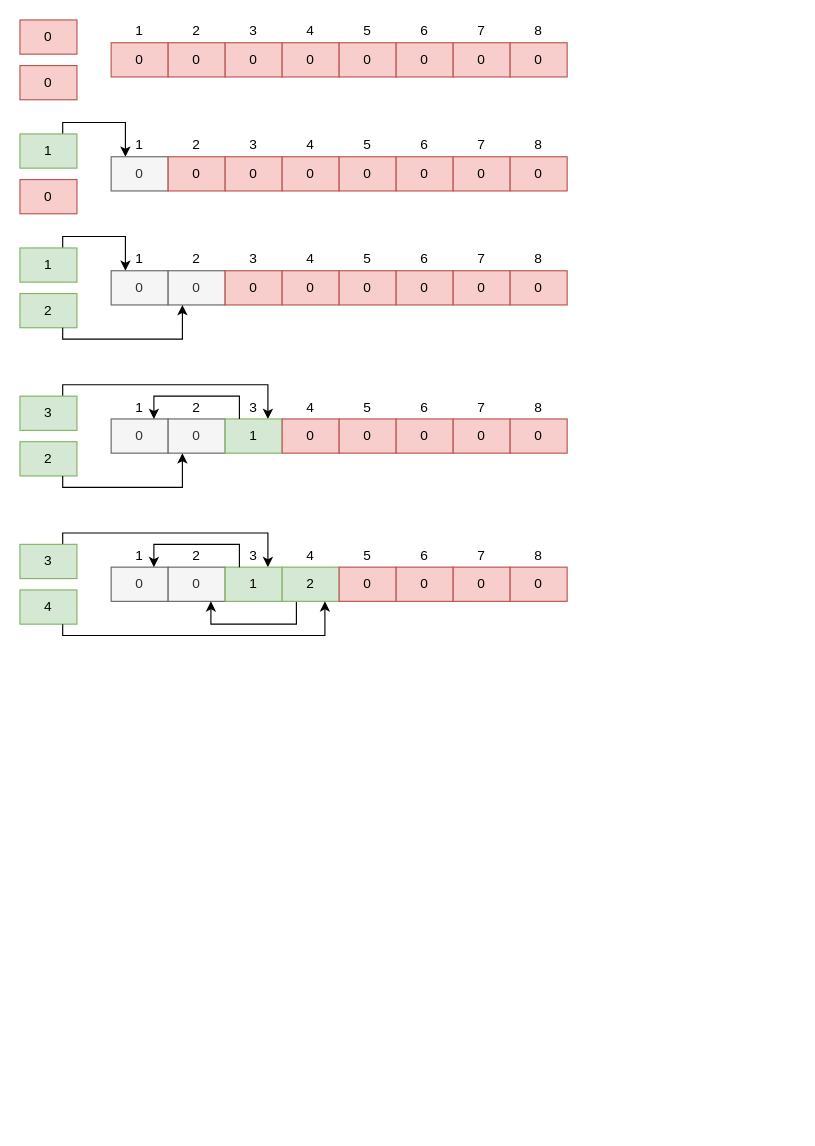
DanEngelbrecht/DanEngelbrecht.github.io keeps this draw.io diagram as page "Dual head queue" (3 of 3) of images/Index pool.drawio. Above is the earlier version. Source tidied: cells renumbered, new cells numbered last; positions are measured from the earlier drawing's top-left corner, leaving out a move shared by most shapes. Both pictures are drawn from the tidied source at 114%, with x=0, y=0 at pixel (19, 19).
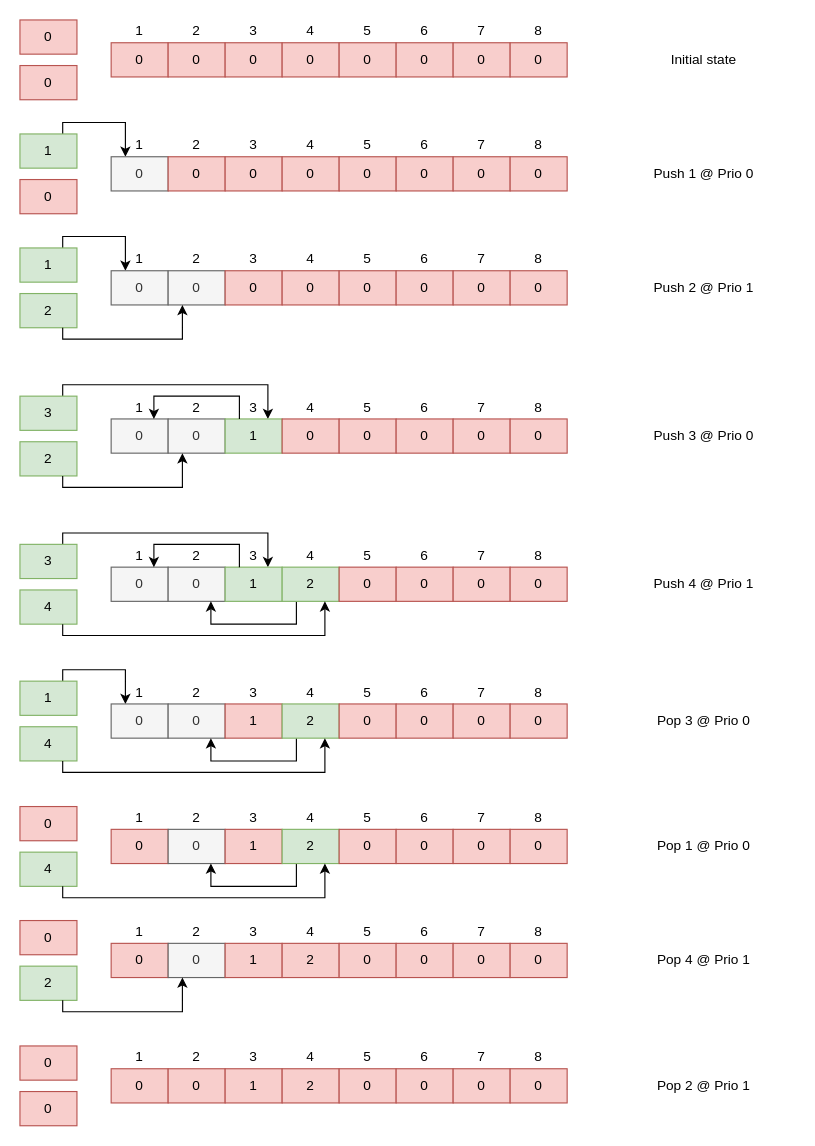
The same page after the edit.

Change to the diagram source:
```diff
@@
+    <mxCell id="102" value="Initial state" style="text;html=1;strokeColor=none;fillColor=none;align=center;verticalAlign=middle;whiteSpace=wrap;rounded=0;" parent="1" vertex="1">
+      <mxGeometry x="520" y="25" width="160" height="20" as="geometry" />
+    </mxCell>
+    <mxCell id="103" value="Push 1 @ Prio 0" style="text;html=1;strokeColor=none;fillColor=none;align=center;verticalAlign=middle;whiteSpace=wrap;rounded=0;" parent="1" vertex="1">
+      <mxGeometry x="520" y="125" width="160" height="20" as="geometry" />
+    </mxCell>
+    <mxCell id="104" value="Push 2 @ Prio 1" style="text;html=1;strokeColor=none;fillColor=none;align=center;verticalAlign=middle;whiteSpace=wrap;rounded=0;" parent="1" vertex="1">
+      <mxGeometry x="520" y="225" width="160" height="20" as="geometry" />
+    </mxCell>
+    <mxCell id="105" value="Push 3 @ Prio 0" style="text;html=1;strokeColor=none;fillColor=none;align=center;verticalAlign=middle;whiteSpace=wrap;rounded=0;" parent="1" vertex="1">
+      <mxGeometry x="520" y="355" width="160" height="20" as="geometry" />
+    </mxCell>
+    <mxCell id="106" value="Push 4 @ Prio 1" style="text;html=1;strokeColor=none;fillColor=none;align=center;verticalAlign=middle;whiteSpace=wrap;rounded=0;" parent="1" vertex="1">
+      <mxGeometry x="520" y="485" width="160" height="20" as="geometry" />
+    </mxCell>
+    <mxCell id="107" style="edgeStyle=orthogonalEdgeStyle;rounded=0;jettySize=auto;html=1;exitX=0.75;exitY=0;exitDx=0;exitDy=0;entryX=0.25;entryY=1;entryDx=0;entryDy=0;" parent="1" edge="1" source="108" target="118">
+      <mxGeometry relative="1" as="geometry">
+        <Array as="points">
+          <mxPoint x="38" y="570" />
+          <mxPoint x="92" y="570" />
+        </Array>
+      </mxGeometry>
+    </mxCell>
+    <mxCell id="108" value="1" style="rounded=0;whiteSpace=wrap;html=1;fillColor=#d5e8d4;strokeColor=#82b366;" parent="1" vertex="1">
+      <mxGeometry y="580" width="50" height="30" as="geometry" />
+    </mxCell>
+    <mxCell id="109" value="0" style="rounded=0;whiteSpace=wrap;html=1;fillColor=#f5f5f5;strokeColor=#666666;fontColor=#333333;" parent="1" vertex="1">
+      <mxGeometry x="80" y="600" width="50" height="30" as="geometry" />
+    </mxCell>
+    <mxCell id="110" value="0" style="rounded=0;whiteSpace=wrap;html=1;fillColor=#f5f5f5;strokeColor=#666666;fontColor=#333333;" parent="1" vertex="1">
+      <mxGeometry x="130" y="600" width="50" height="30" as="geometry" />
+    </mxCell>
+    <mxCell id="111" value="1" style="rounded=0;whiteSpace=wrap;html=1;fillColor=#f8cecc;strokeColor=#b85450;" parent="1" vertex="1">
+      <mxGeometry x="180" y="600" width="50" height="30" as="geometry" />
+    </mxCell>
+    <mxCell id="112" style="edgeStyle=orthogonalEdgeStyle;rounded=0;jettySize=auto;html=1;exitX=0.25;exitY=1;exitDx=0;exitDy=0;entryX=0.75;entryY=1;entryDx=0;entryDy=0;" parent="1" edge="1" source="113" target="110">
+      <mxGeometry relative="1" as="geometry" />
+    </mxCell>
+    <mxCell id="113" value="2" style="rounded=0;whiteSpace=wrap;html=1;fillColor=#d5e8d4;strokeColor=#82b366;" parent="1" vertex="1">
+      <mxGeometry x="230" y="600" width="50" height="30" as="geometry" />
+    </mxCell>
+    <mxCell id="114" value="0" style="rounded=0;whiteSpace=wrap;html=1;fillColor=#f8cecc;strokeColor=#b85450;" parent="1" vertex="1">
+      <mxGeometry x="280" y="600" width="50" height="30" as="geometry" />
+    </mxCell>
+    <mxCell id="115" value="0" style="rounded=0;whiteSpace=wrap;html=1;fillColor=#f8cecc;strokeColor=#b85450;" parent="1" vertex="1">
+      <mxGeometry x="330" y="600" width="50" height="30" as="geometry" />
+    </mxCell>
+    <mxCell id="116" value="0" style="rounded=0;whiteSpace=wrap;html=1;fillColor=#f8cecc;strokeColor=#b85450;" parent="1" vertex="1">
+      <mxGeometry x="380" y="600" width="50" height="30" as="geometry" />
+    </mxCell>
+    <mxCell id="117" value="0" style="rounded=0;whiteSpace=wrap;html=1;fillColor=#f8cecc;strokeColor=#b85450;" parent="1" vertex="1">
+      <mxGeometry x="430" y="600" width="50" height="30" as="geometry" />
+    </mxCell>
+    <mxCell id="118" value="1" style="text;html=1;strokeColor=none;fillColor=none;align=center;verticalAlign=middle;whiteSpace=wrap;rounded=0;" parent="1" vertex="1">
+      <mxGeometry x="80" y="580" width="50" height="20" as="geometry" />
+    </mxCell>
+    <mxCell id="119" value="2" style="text;html=1;strokeColor=none;fillColor=none;align=center;verticalAlign=middle;whiteSpace=wrap;rounded=0;" parent="1" vertex="1">
+      <mxGeometry x="130" y="580" width="50" height="20" as="geometry" />
+    </mxCell>
+    <mxCell id="120" value="3" style="text;html=1;strokeColor=none;fillColor=none;align=center;verticalAlign=middle;whiteSpace=wrap;rounded=0;" parent="1" vertex="1">
+      <mxGeometry x="180" y="580" width="50" height="20" as="geometry" />
+    </mxCell>
+    <mxCell id="121" value="4" style="text;html=1;strokeColor=none;fillColor=none;align=center;verticalAlign=middle;whiteSpace=wrap;rounded=0;" parent="1" vertex="1">
+      <mxGeometry x="230" y="580" width="50" height="20" as="geometry" />
+    </mxCell>
+    <mxCell id="122" value="5" style="text;html=1;strokeColor=none;fillColor=none;align=center;verticalAlign=middle;whiteSpace=wrap;rounded=0;" parent="1" vertex="1">
+      <mxGeometry x="280" y="580" width="50" height="20" as="geometry" />
+    </mxCell>
+    <mxCell id="123" value="6" style="text;html=1;strokeColor=none;fillColor=none;align=center;verticalAlign=middle;whiteSpace=wrap;rounded=0;" parent="1" vertex="1">
+      <mxGeometry x="330" y="580" width="50" height="20" as="geometry" />
+    </mxCell>
+    <mxCell id="124" value="7" style="text;html=1;strokeColor=none;fillColor=none;align=center;verticalAlign=middle;whiteSpace=wrap;rounded=0;" parent="1" vertex="1">
+      <mxGeometry x="380" y="580" width="50" height="20" as="geometry" />
+    </mxCell>
+    <mxCell id="125" value="8" style="text;html=1;strokeColor=none;fillColor=none;align=center;verticalAlign=middle;whiteSpace=wrap;rounded=0;" parent="1" vertex="1">
+      <mxGeometry x="430" y="580" width="50" height="20" as="geometry" />
+    </mxCell>
+    <mxCell id="126" value="4" style="rounded=0;whiteSpace=wrap;html=1;fillColor=#d5e8d4;strokeColor=#82b366;" parent="1" vertex="1">
+      <mxGeometry y="620" width="50" height="30" as="geometry" />
+    </mxCell>
+    <mxCell id="127" style="edgeStyle=orthogonalEdgeStyle;rounded=0;jettySize=auto;html=1;exitX=0.75;exitY=1;exitDx=0;exitDy=0;entryX=0.75;entryY=1;entryDx=0;entryDy=0;" parent="1" edge="1" source="126" target="113">
+      <mxGeometry relative="1" as="geometry">
+        <Array as="points">
+          <mxPoint x="38" y="660" />
+          <mxPoint x="268" y="660" />
+        </Array>
+      </mxGeometry>
+    </mxCell>
+    <mxCell id="128" value="Pop 3 @ Prio 0" style="text;html=1;strokeColor=none;fillColor=none;align=center;verticalAlign=middle;whiteSpace=wrap;rounded=0;" parent="1" vertex="1">
+      <mxGeometry x="520" y="605" width="160" height="20" as="geometry" />
+    </mxCell>
+    <mxCell id="129" value="0" style="rounded=0;whiteSpace=wrap;html=1;fillColor=#f8cecc;strokeColor=#b85450;" parent="1" vertex="1">
+      <mxGeometry y="690" width="50" height="30" as="geometry" />
+    </mxCell>
+    <mxCell id="130" value="0" style="rounded=0;whiteSpace=wrap;html=1;fillColor=#f8cecc;strokeColor=#b85450;" parent="1" vertex="1">
+      <mxGeometry x="80" y="710" width="50" height="30" as="geometry" />
+    </mxCell>
+    <mxCell id="131" value="0" style="rounded=0;whiteSpace=wrap;html=1;fillColor=#f5f5f5;strokeColor=#666666;fontColor=#333333;" parent="1" vertex="1">
+      <mxGeometry x="130" y="710" width="50" height="30" as="geometry" />
+    </mxCell>
+    <mxCell id="132" value="1" style="rounded=0;whiteSpace=wrap;html=1;fillColor=#f8cecc;strokeColor=#b85450;" parent="1" vertex="1">
+      <mxGeometry x="180" y="710" width="50" height="30" as="geometry" />
+    </mxCell>
+    <mxCell id="133" style="edgeStyle=orthogonalEdgeStyle;rounded=0;jettySize=auto;html=1;exitX=0.25;exitY=1;exitDx=0;exitDy=0;entryX=0.75;entryY=1;entryDx=0;entryDy=0;" parent="1" edge="1" source="134" target="131">
+      <mxGeometry relative="1" as="geometry" />
+    </mxCell>
+    <mxCell id="134" value="2" style="rounded=0;whiteSpace=wrap;html=1;fillColor=#d5e8d4;strokeColor=#82b366;" parent="1" vertex="1">
+      <mxGeometry x="230" y="710" width="50" height="30" as="geometry" />
+    </mxCell>
+    <mxCell id="135" value="0" style="rounded=0;whiteSpace=wrap;html=1;fillColor=#f8cecc;strokeColor=#b85450;" parent="1" vertex="1">
+      <mxGeometry x="280" y="710" width="50" height="30" as="geometry" />
+    </mxCell>
+    <mxCell id="136" value="0" style="rounded=0;whiteSpace=wrap;html=1;fillColor=#f8cecc;strokeColor=#b85450;" parent="1" vertex="1">
+      <mxGeometry x="330" y="710" width="50" height="30" as="geometry" />
+    </mxCell>
+    <mxCell id="137" value="0" style="rounded=0;whiteSpace=wrap;html=1;fillColor=#f8cecc;strokeColor=#b85450;" parent="1" vertex="1">
+      <mxGeometry x="380" y="710" width="50" height="30" as="geometry" />
+    </mxCell>
+    <mxCell id="138" value="0" style="rounded=0;whiteSpace=wrap;html=1;fillColor=#f8cecc;strokeColor=#b85450;" parent="1" vertex="1">
+      <mxGeometry x="430" y="710" width="50" height="30" as="geometry" />
+    </mxCell>
+    <mxCell id="139" value="1" style="text;html=1;strokeColor=none;fillColor=none;align=center;verticalAlign=middle;whiteSpace=wrap;rounded=0;" parent="1" vertex="1">
+      <mxGeometry x="80" y="690" width="50" height="20" as="geometry" />
+    </mxCell>
+    <mxCell id="140" value="2" style="text;html=1;strokeColor=none;fillColor=none;align=center;verticalAlign=middle;whiteSpace=wrap;rounded=0;" parent="1" vertex="1">
+      <mxGeometry x="130" y="690" width="50" height="20" as="geometry" />
+    </mxCell>
+    <mxCell id="141" value="3" style="text;html=1;strokeColor=none;fillColor=none;align=center;verticalAlign=middle;whiteSpace=wrap;rounded=0;" parent="1" vertex="1">
+      <mxGeometry x="180" y="690" width="50" height="20" as="geometry" />
+    </mxCell>
+    <mxCell id="142" value="4" style="text;html=1;strokeColor=none;fillColor=none;align=center;verticalAlign=middle;whiteSpace=wrap;rounded=0;" parent="1" vertex="1">
+      <mxGeometry x="230" y="690" width="50" height="20" as="geometry" />
+    </mxCell>
+    <mxCell id="143" value="5" style="text;html=1;strokeColor=none;fillColor=none;align=center;verticalAlign=middle;whiteSpace=wrap;rounded=0;" parent="1" vertex="1">
+      <mxGeometry x="280" y="690" width="50" height="20" as="geometry" />
+    </mxCell>
+    <mxCell id="144" value="6" style="text;html=1;strokeColor=none;fillColor=none;align=center;verticalAlign=middle;whiteSpace=wrap;rounded=0;" parent="1" vertex="1">
+      <mxGeometry x="330" y="690" width="50" height="20" as="geometry" />
+    </mxCell>
+    <mxCell id="145" value="7" style="text;html=1;strokeColor=none;fillColor=none;align=center;verticalAlign=middle;whiteSpace=wrap;rounded=0;" parent="1" vertex="1">
+      <mxGeometry x="380" y="690" width="50" height="20" as="geometry" />
+    </mxCell>
+    <mxCell id="146" value="8" style="text;html=1;strokeColor=none;fillColor=none;align=center;verticalAlign=middle;whiteSpace=wrap;rounded=0;" parent="1" vertex="1">
+      <mxGeometry x="430" y="690" width="50" height="20" as="geometry" />
+    </mxCell>
+    <mxCell id="147" value="4" style="rounded=0;whiteSpace=wrap;html=1;fillColor=#d5e8d4;strokeColor=#82b366;" parent="1" vertex="1">
+      <mxGeometry y="730" width="50" height="30" as="geometry" />
+    </mxCell>
+    <mxCell id="148" style="edgeStyle=orthogonalEdgeStyle;rounded=0;jettySize=auto;html=1;exitX=0.75;exitY=1;exitDx=0;exitDy=0;entryX=0.75;entryY=1;entryDx=0;entryDy=0;" parent="1" edge="1" source="147" target="134">
+      <mxGeometry relative="1" as="geometry">
+        <Array as="points">
+          <mxPoint x="38" y="770" />
+          <mxPoint x="268" y="770" />
+        </Array>
+      </mxGeometry>
+    </mxCell>
+    <mxCell id="149" value="Pop 1 @ Prio 0" style="text;html=1;strokeColor=none;fillColor=none;align=center;verticalAlign=middle;whiteSpace=wrap;rounded=0;" parent="1" vertex="1">
+      <mxGeometry x="520" y="715" width="160" height="20" as="geometry" />
+    </mxCell>
+    <mxCell id="150" value="0" style="rounded=0;whiteSpace=wrap;html=1;fillColor=#f8cecc;strokeColor=#b85450;" parent="1" vertex="1">
+      <mxGeometry y="790" width="50" height="30" as="geometry" />
+    </mxCell>
+    <mxCell id="151" value="0" style="rounded=0;whiteSpace=wrap;html=1;fillColor=#f8cecc;strokeColor=#b85450;" parent="1" vertex="1">
+      <mxGeometry x="80" y="810" width="50" height="30" as="geometry" />
+    </mxCell>
+    <mxCell id="152" value="0" style="rounded=0;whiteSpace=wrap;html=1;fillColor=#f5f5f5;strokeColor=#666666;fontColor=#333333;" parent="1" vertex="1">
+      <mxGeometry x="130" y="810" width="50" height="30" as="geometry" />
+    </mxCell>
+    <mxCell id="153" value="1" style="rounded=0;whiteSpace=wrap;html=1;fillColor=#f8cecc;strokeColor=#b85450;" parent="1" vertex="1">
+      <mxGeometry x="180" y="810" width="50" height="30" as="geometry" />
+    </mxCell>
+    <mxCell id="154" value="2" style="rounded=0;whiteSpace=wrap;html=1;fillColor=#f8cecc;strokeColor=#b85450;" parent="1" vertex="1">
+      <mxGeometry x="230" y="810" width="50" height="30" as="geometry" />
+    </mxCell>
+    <mxCell id="155" value="0" style="rounded=0;whiteSpace=wrap;html=1;fillColor=#f8cecc;strokeColor=#b85450;" parent="1" vertex="1">
+      <mxGeometry x="280" y="810" width="50" height="30" as="geometry" />
+    </mxCell>
+    <mxCell id="156" value="0" style="rounded=0;whiteSpace=wrap;html=1;fillColor=#f8cecc;strokeColor=#b85450;" parent="1" vertex="1">
+      <mxGeometry x="330" y="810" width="50" height="30" as="geometry" />
+    </mxCell>
+    <mxCell id="157" value="0" style="rounded=0;whiteSpace=wrap;html=1;fillColor=#f8cecc;strokeColor=#b85450;" parent="1" vertex="1">
+      <mxGeometry x="380" y="810" width="50" height="30" as="geometry" />
+    </mxCell>
+    <mxCell id="158" value="0" style="rounded=0;whiteSpace=wrap;html=1;fillColor=#f8cecc;strokeColor=#b85450;" parent="1" vertex="1">
+      <mxGeometry x="430" y="810" width="50" height="30" as="geometry" />
+    </mxCell>
+    <mxCell id="159" value="1" style="text;html=1;strokeColor=none;fillColor=none;align=center;verticalAlign=middle;whiteSpace=wrap;rounded=0;" parent="1" vertex="1">
+      <mxGeometry x="80" y="790" width="50" height="20" as="geometry" />
+    </mxCell>
+    <mxCell id="160" value="2" style="text;html=1;strokeColor=none;fillColor=none;align=center;verticalAlign=middle;whiteSpace=wrap;rounded=0;" parent="1" vertex="1">
+      <mxGeometry x="130" y="790" width="50" height="20" as="geometry" />
+    </mxCell>
+    <mxCell id="161" value="3" style="text;html=1;strokeColor=none;fillColor=none;align=center;verticalAlign=middle;whiteSpace=wrap;rounded=0;" parent="1" vertex="1">
+      <mxGeometry x="180" y="790" width="50" height="20" as="geometry" />
+    </mxCell>
+    <mxCell id="162" value="4" style="text;html=1;strokeColor=none;fillColor=none;align=center;verticalAlign=middle;whiteSpace=wrap;rounded=0;" parent="1" vertex="1">
+      <mxGeometry x="230" y="790" width="50" height="20" as="geometry" />
+    </mxCell>
+    <mxCell id="163" value="5" style="text;html=1;strokeColor=none;fillColor=none;align=center;verticalAlign=middle;whiteSpace=wrap;rounded=0;" parent="1" vertex="1">
+      <mxGeometry x="280" y="790" width="50" height="20" as="geometry" />
+    </mxCell>
+    <mxCell id="164" value="6" style="text;html=1;strokeColor=none;fillColor=none;align=center;verticalAlign=middle;whiteSpace=wrap;rounded=0;" parent="1" vertex="1">
+      <mxGeometry x="330" y="790" width="50" height="20" as="geometry" />
+    </mxCell>
+    <mxCell id="165" value="7" style="text;html=1;strokeColor=none;fillColor=none;align=center;verticalAlign=middle;whiteSpace=wrap;rounded=0;" parent="1" vertex="1">
+      <mxGeometry x="380" y="790" width="50" height="20" as="geometry" />
+    </mxCell>
+    <mxCell id="166" value="8" style="text;html=1;strokeColor=none;fillColor=none;align=center;verticalAlign=middle;whiteSpace=wrap;rounded=0;" parent="1" vertex="1">
+      <mxGeometry x="430" y="790" width="50" height="20" as="geometry" />
+    </mxCell>
+    <mxCell id="167" value="2" style="rounded=0;whiteSpace=wrap;html=1;fillColor=#d5e8d4;strokeColor=#82b366;" parent="1" vertex="1">
+      <mxGeometry y="830" width="50" height="30" as="geometry" />
+    </mxCell>
+    <mxCell id="168" style="edgeStyle=orthogonalEdgeStyle;rounded=0;jettySize=auto;html=1;exitX=0.75;exitY=1;exitDx=0;exitDy=0;entryX=0.25;entryY=1;entryDx=0;entryDy=0;" parent="1" edge="1" source="167" target="152">
+      <mxGeometry relative="1" as="geometry">
+        <Array as="points">
+          <mxPoint x="38" y="870" />
+          <mxPoint x="142" y="870" />
+        </Array>
+      </mxGeometry>
+    </mxCell>
+    <mxCell id="169" value="Pop 4 @ Prio 1" style="text;html=1;strokeColor=none;fillColor=none;align=center;verticalAlign=middle;whiteSpace=wrap;rounded=0;" parent="1" vertex="1">
+      <mxGeometry x="520" y="815" width="160" height="20" as="geometry" />
+    </mxCell>
+    <mxCell id="170" value="0" style="rounded=0;whiteSpace=wrap;html=1;fillColor=#f8cecc;strokeColor=#b85450;" parent="1" vertex="1">
+      <mxGeometry y="900" width="50" height="30" as="geometry" />
+    </mxCell>
+    <mxCell id="171" value="0" style="rounded=0;whiteSpace=wrap;html=1;fillColor=#f8cecc;strokeColor=#b85450;" parent="1" vertex="1">
+      <mxGeometry x="80" y="920" width="50" height="30" as="geometry" />
+    </mxCell>
+    <mxCell id="172" value="0" style="rounded=0;whiteSpace=wrap;html=1;fillColor=#f8cecc;strokeColor=#b85450;" parent="1" vertex="1">
+      <mxGeometry x="130" y="920" width="50" height="30" as="geometry" />
+    </mxCell>
+    <mxCell id="173" value="1" style="rounded=0;whiteSpace=wrap;html=1;fillColor=#f8cecc;strokeColor=#b85450;" parent="1" vertex="1">
+      <mxGeometry x="180" y="920" width="50" height="30" as="geometry" />
+    </mxCell>
+    <mxCell id="174" value="2" style="rounded=0;whiteSpace=wrap;html=1;fillColor=#f8cecc;strokeColor=#b85450;" parent="1" vertex="1">
+      <mxGeometry x="230" y="920" width="50" height="30" as="geometry" />
+    </mxCell>
+    <mxCell id="175" value="0" style="rounded=0;whiteSpace=wrap;html=1;fillColor=#f8cecc;strokeColor=#b85450;" parent="1" vertex="1">
+      <mxGeometry x="280" y="920" width="50" height="30" as="geometry" />
+    </mxCell>
+    <mxCell id="176" value="0" style="rounded=0;whiteSpace=wrap;html=1;fillColor=#f8cecc;strokeColor=#b85450;" parent="1" vertex="1">
+      <mxGeometry x="330" y="920" width="50" height="30" as="geometry" />
+    </mxCell>
+    <mxCell id="177" value="0" style="rounded=0;whiteSpace=wrap;html=1;fillColor=#f8cecc;strokeColor=#b85450;" parent="1" vertex="1">
+      <mxGeometry x="380" y="920" width="50" height="30" as="geometry" />
+    </mxCell>
+    <mxCell id="178" value="0" style="rounded=0;whiteSpace=wrap;html=1;fillColor=#f8cecc;strokeColor=#b85450;" parent="1" vertex="1">
+      <mxGeometry x="430" y="920" width="50" height="30" as="geometry" />
+    </mxCell>
+    <mxCell id="179" value="1" style="text;html=1;strokeColor=none;fillColor=none;align=center;verticalAlign=middle;whiteSpace=wrap;rounded=0;" parent="1" vertex="1">
+      <mxGeometry x="80" y="900" width="50" height="20" as="geometry" />
+    </mxCell>
+    <mxCell id="180" value="2" style="text;html=1;strokeColor=none;fillColor=none;align=center;verticalAlign=middle;whiteSpace=wrap;rounded=0;" parent="1" vertex="1">
+      <mxGeometry x="130" y="900" width="50" height="20" as="geometry" />
+    </mxCell>
+    <mxCell id="181" value="3" style="text;html=1;strokeColor=none;fillColor=none;align=center;verticalAlign=middle;whiteSpace=wrap;rounded=0;" parent="1" vertex="1">
+      <mxGeometry x="180" y="900" width="50" height="20" as="geometry" />
+    </mxCell>
+    <mxCell id="182" value="4" style="text;html=1;strokeColor=none;fillColor=none;align=center;verticalAlign=middle;whiteSpace=wrap;rounded=0;" parent="1" vertex="1">
+      <mxGeometry x="230" y="900" width="50" height="20" as="geometry" />
+    </mxCell>
+    <mxCell id="183" value="5" style="text;html=1;strokeColor=none;fillColor=none;align=center;verticalAlign=middle;whiteSpace=wrap;rounded=0;" parent="1" vertex="1">
+      <mxGeometry x="280" y="900" width="50" height="20" as="geometry" />
+    </mxCell>
+    <mxCell id="184" value="6" style="text;html=1;strokeColor=none;fillColor=none;align=center;verticalAlign=middle;whiteSpace=wrap;rounded=0;" parent="1" vertex="1">
+      <mxGeometry x="330" y="900" width="50" height="20" as="geometry" />
+    </mxCell>
+    <mxCell id="185" value="7" style="text;html=1;strokeColor=none;fillColor=none;align=center;verticalAlign=middle;whiteSpace=wrap;rounded=0;" parent="1" vertex="1">
+      <mxGeometry x="380" y="900" width="50" height="20" as="geometry" />
+    </mxCell>
+    <mxCell id="186" value="8" style="text;html=1;strokeColor=none;fillColor=none;align=center;verticalAlign=middle;whiteSpace=wrap;rounded=0;" parent="1" vertex="1">
+      <mxGeometry x="430" y="900" width="50" height="20" as="geometry" />
+    </mxCell>
+    <mxCell id="187" value="0" style="rounded=0;whiteSpace=wrap;html=1;fillColor=#f8cecc;strokeColor=#b85450;" parent="1" vertex="1">
+      <mxGeometry y="940" width="50" height="30" as="geometry" />
+    </mxCell>
+    <mxCell id="188" value="Pop 2 @ Prio 1" style="text;html=1;strokeColor=none;fillColor=none;align=center;verticalAlign=middle;whiteSpace=wrap;rounded=0;" parent="1" vertex="1">
+      <mxGeometry x="520" y="925" width="160" height="20" as="geometry" />
+    </mxCell>
```
